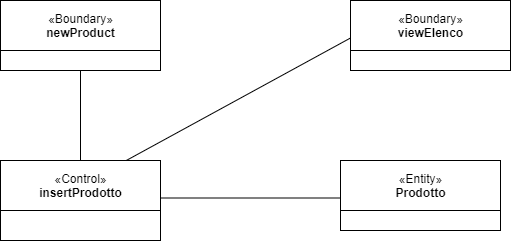
Before: Object&SequenceDiagram/OD_6.png, a diagram exported from draw.io (Ciro-Fusco/NewDM). Source tidied: cells renumbered, new cells last; positions are measured from the earlier drawing's top-left corner, leaving out a move shared by most shapes.
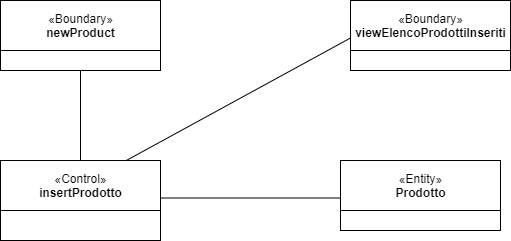
Above is the later version.

Commit message:
modifica Object and sequence diagram n6

What changed in the source:
```diff
@@ -26,7 +26,7 @@
     <mxCell id="9" style="html=1;align=left;" parent="1" vertex="1">
       <mxGeometry y="210" width="160" height="30" as="geometry" />
     </mxCell>
-    <mxCell id="10" value="«Boundary»&lt;br&gt;&lt;b&gt;viewElenco&lt;/b&gt;" style="html=1;" parent="1" vertex="1">
+    <mxCell id="10" value="«Boundary»&lt;br&gt;&lt;b&gt;viewElencoProdottiInseriti&lt;/b&gt;" style="html=1;" parent="1" vertex="1">
       <mxGeometry x="350" width="160" height="50" as="geometry" />
     </mxCell>
     <mxCell id="11" style="html=1;" parent="1" vertex="1">
```
